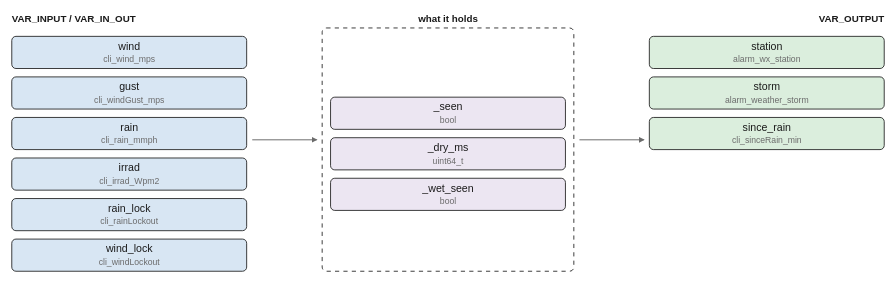
The draw.io diagram images/logic/weather_watch.drawio.svg in pstch/botanik2, before a commit. Source tidied: cells renumbered, new cells last; positions are measured from the earlier drawing's top-left corner, leaving out a move shared by most shapes.
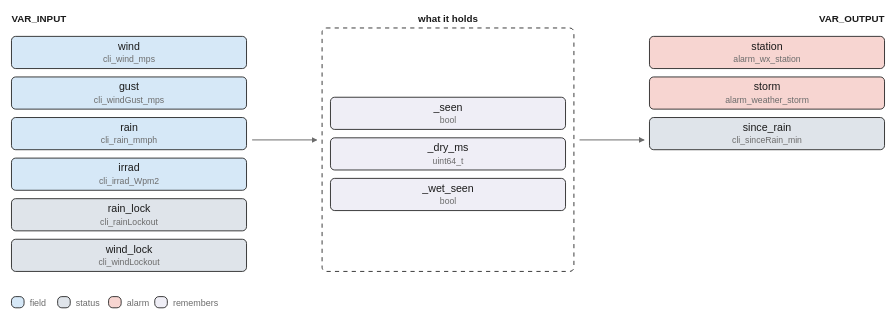
After the change.

Diff of the diagram source:
```diff
@@ -2,8 +2,8 @@
   <root>
     <mxCell id="0" />
     <mxCell id="1" parent="0" />
-    <mxCell id="2" value="VAR_INPUT / VAR_IN_OUT" style="text;html=1;fontSize=7;fontColor=#1a1a1a;align=left;fontStyle=1;" parent="1" vertex="1">
-      <mxGeometry width="110" height="11" as="geometry" />
+    <mxCell id="2" value="VAR_INPUT" style="text;html=1;fontSize=7;fontColor=#1a1a1a;align=left;fontStyle=1;" parent="1" vertex="1">
+      <mxGeometry width="45" height="11" as="geometry" />
     </mxCell>
     <mxCell id="3" value="what it holds" style="text;html=1;fontSize=7;fontColor=#1a1a1a;align=center;fontStyle=1;" parent="1" vertex="1">
       <mxGeometry x="312" width="65" height="11" as="geometry" />
@@ -11,43 +11,43 @@
     <mxCell id="4" value="VAR_OUTPUT" style="text;html=1;fontSize=7;fontColor=#1a1a1a;align=left;fontStyle=1;" parent="1" vertex="1">
       <mxGeometry x="624" width="50" height="11" as="geometry" />
     </mxCell>
-    <mxCell id="5" value="wind" style="rounded=1;fillColor=#d8e6f3;strokeColor=#1a1a1a;whiteSpace=wrap;html=1;fontSize=8;" parent="1" vertex="1">
+    <mxCell id="5" value="wind" style="rounded=1;fillColor=#d6e8f7;strokeColor=#1a1a1a;whiteSpace=wrap;html=1;fontSize=8;" parent="1" vertex="1">
       <mxGeometry y="17" width="168" height="23" as="geometry" />
     </mxCell>
-    <mxCell id="6" value="gust" style="rounded=1;fillColor=#d8e6f3;strokeColor=#1a1a1a;whiteSpace=wrap;html=1;fontSize=8;" parent="1" vertex="1">
+    <mxCell id="6" value="gust" style="rounded=1;fillColor=#d6e8f7;strokeColor=#1a1a1a;whiteSpace=wrap;html=1;fontSize=8;" parent="1" vertex="1">
       <mxGeometry y="46" width="168" height="23" as="geometry" />
     </mxCell>
-    <mxCell id="7" value="rain" style="rounded=1;fillColor=#d8e6f3;strokeColor=#1a1a1a;whiteSpace=wrap;html=1;fontSize=8;" parent="1" vertex="1">
+    <mxCell id="7" value="rain" style="rounded=1;fillColor=#d6e8f7;strokeColor=#1a1a1a;whiteSpace=wrap;html=1;fontSize=8;" parent="1" vertex="1">
       <mxGeometry y="75" width="168" height="23" as="geometry" />
     </mxCell>
-    <mxCell id="8" value="irrad" style="rounded=1;fillColor=#d8e6f3;strokeColor=#1a1a1a;whiteSpace=wrap;html=1;fontSize=8;" parent="1" vertex="1">
+    <mxCell id="8" value="irrad" style="rounded=1;fillColor=#d6e8f7;strokeColor=#1a1a1a;whiteSpace=wrap;html=1;fontSize=8;" parent="1" vertex="1">
       <mxGeometry y="104" width="168" height="23" as="geometry" />
     </mxCell>
-    <mxCell id="9" value="rain_lock" style="rounded=1;fillColor=#d8e6f3;strokeColor=#1a1a1a;whiteSpace=wrap;html=1;fontSize=8;" parent="1" vertex="1">
+    <mxCell id="9" value="rain_lock" style="rounded=1;fillColor=#dfe4ea;strokeColor=#1a1a1a;whiteSpace=wrap;html=1;fontSize=8;" parent="1" vertex="1">
       <mxGeometry y="133" width="168" height="23" as="geometry" />
     </mxCell>
-    <mxCell id="10" value="wind_lock" style="rounded=1;fillColor=#d8e6f3;strokeColor=#1a1a1a;whiteSpace=wrap;html=1;fontSize=8;" parent="1" vertex="1">
+    <mxCell id="10" value="wind_lock" style="rounded=1;fillColor=#dfe4ea;strokeColor=#1a1a1a;whiteSpace=wrap;html=1;fontSize=8;" parent="1" vertex="1">
       <mxGeometry y="162" width="168" height="23" as="geometry" />
     </mxCell>
-    <mxCell id="11" value="station" style="rounded=1;fillColor=#dbeedd;strokeColor=#1a1a1a;whiteSpace=wrap;html=1;fontSize=8;" parent="1" vertex="1">
+    <mxCell id="11" value="station" style="rounded=1;fillColor=#f7d5d1;strokeColor=#1a1a1a;whiteSpace=wrap;html=1;fontSize=8;" parent="1" vertex="1">
       <mxGeometry x="456" y="17" width="168" height="23" as="geometry" />
     </mxCell>
-    <mxCell id="12" value="storm" style="rounded=1;fillColor=#dbeedd;strokeColor=#1a1a1a;whiteSpace=wrap;html=1;fontSize=8;" parent="1" vertex="1">
+    <mxCell id="12" value="storm" style="rounded=1;fillColor=#f7d5d1;strokeColor=#1a1a1a;whiteSpace=wrap;html=1;fontSize=8;" parent="1" vertex="1">
       <mxGeometry x="456" y="46" width="168" height="23" as="geometry" />
     </mxCell>
-    <mxCell id="13" value="since_rain" style="rounded=1;fillColor=#dbeedd;strokeColor=#1a1a1a;whiteSpace=wrap;html=1;fontSize=8;" parent="1" vertex="1">
+    <mxCell id="13" value="since_rain" style="rounded=1;fillColor=#dfe4ea;strokeColor=#1a1a1a;whiteSpace=wrap;html=1;fontSize=8;" parent="1" vertex="1">
       <mxGeometry x="456" y="75" width="168" height="23" as="geometry" />
     </mxCell>
     <mxCell id="14" style="rounded=1;fillColor=#ffffff;strokeColor=#1a1a1a;whiteSpace=wrap;html=1;fontSize=8;dashed=1;" parent="1" vertex="1">
       <mxGeometry x="222" y="11" width="180" height="174" as="geometry" />
     </mxCell>
-    <mxCell id="15" value="_seen" style="rounded=1;fillColor=#ece6f2;strokeColor=#1a1a1a;whiteSpace=wrap;html=1;fontSize=8;" parent="1" vertex="1">
+    <mxCell id="15" value="_seen" style="rounded=1;fillColor=#efeef6;strokeColor=#1a1a1a;whiteSpace=wrap;html=1;fontSize=8;" parent="1" vertex="1">
       <mxGeometry x="228" y="60.5" width="168" height="23" as="geometry" />
     </mxCell>
-    <mxCell id="16" value="_dry_ms" style="rounded=1;fillColor=#ece6f2;strokeColor=#1a1a1a;whiteSpace=wrap;html=1;fontSize=8;" parent="1" vertex="1">
+    <mxCell id="16" value="_dry_ms" style="rounded=1;fillColor=#efeef6;strokeColor=#1a1a1a;whiteSpace=wrap;html=1;fontSize=8;" parent="1" vertex="1">
       <mxGeometry x="228" y="89.5" width="168" height="23" as="geometry" />
     </mxCell>
-    <mxCell id="17" value="_wet_seen" style="rounded=1;fillColor=#ece6f2;strokeColor=#1a1a1a;whiteSpace=wrap;html=1;fontSize=8;" parent="1" vertex="1">
+    <mxCell id="17" value="_wet_seen" style="rounded=1;fillColor=#efeef6;strokeColor=#1a1a1a;whiteSpace=wrap;html=1;fontSize=8;" parent="1" vertex="1">
       <mxGeometry x="228" y="118.5" width="168" height="23" as="geometry" />
     </mxCell>
     <mxCell id="18" style="edgeStyle=none;html=1;strokeColor=#6b6b6b;endArrow=block;" parent="1" edge="1">
@@ -62,5 +62,29 @@
         <mxPoint x="452" y="91" as="targetPoint" />
       </mxGeometry>
     </mxCell>
+    <mxCell id="20" style="rounded=1;fillColor=#d6e8f7;strokeColor=#1a1a1a;whiteSpace=wrap;html=1;fontSize=8;" parent="1" vertex="1">
+      <mxGeometry y="203" width="9" height="8" as="geometry" />
+    </mxCell>
+    <mxCell id="21" value="field" style="text;html=1;fontSize=6;fontColor=#6b6b6b;align=left;" parent="1" vertex="1">
+      <mxGeometry x="13" y="203.6" width="40" height="10.4" as="geometry" />
+    </mxCell>
+    <mxCell id="22" style="rounded=1;fillColor=#dfe4ea;strokeColor=#1a1a1a;whiteSpace=wrap;html=1;fontSize=8;" parent="1" vertex="1">
+      <mxGeometry x="33" y="203" width="9" height="8" as="geometry" />
+    </mxCell>
+    <mxCell id="23" value="status" style="text;html=1;fontSize=6;fontColor=#6b6b6b;align=left;" parent="1" vertex="1">
+      <mxGeometry x="46" y="203.6" width="40" height="10.4" as="geometry" />
+    </mxCell>
+    <mxCell id="24" style="rounded=1;fillColor=#f7d5d1;strokeColor=#1a1a1a;whiteSpace=wrap;html=1;fontSize=8;" parent="1" vertex="1">
+      <mxGeometry x="69.4" y="203" width="9" height="8" as="geometry" />
+    </mxCell>
+    <mxCell id="25" value="alarm" style="text;html=1;fontSize=6;fontColor=#6b6b6b;align=left;" parent="1" vertex="1">
+      <mxGeometry x="82.4" y="203.6" width="40" height="10.4" as="geometry" />
+    </mxCell>
+    <mxCell id="26" style="rounded=1;fillColor=#efeef6;strokeColor=#1a1a1a;whiteSpace=wrap;html=1;fontSize=8;" parent="1" vertex="1">
+      <mxGeometry x="102.4" y="203" width="9" height="8" as="geometry" />
+    </mxCell>
+    <mxCell id="27" value="remembers" style="text;html=1;fontSize=6;fontColor=#6b6b6b;align=left;" parent="1" vertex="1">
+      <mxGeometry x="115.4" y="203.6" width="45" height="10.4" as="geometry" />
+    </mxCell>
   </root>
 </mxGraphModel>
```
